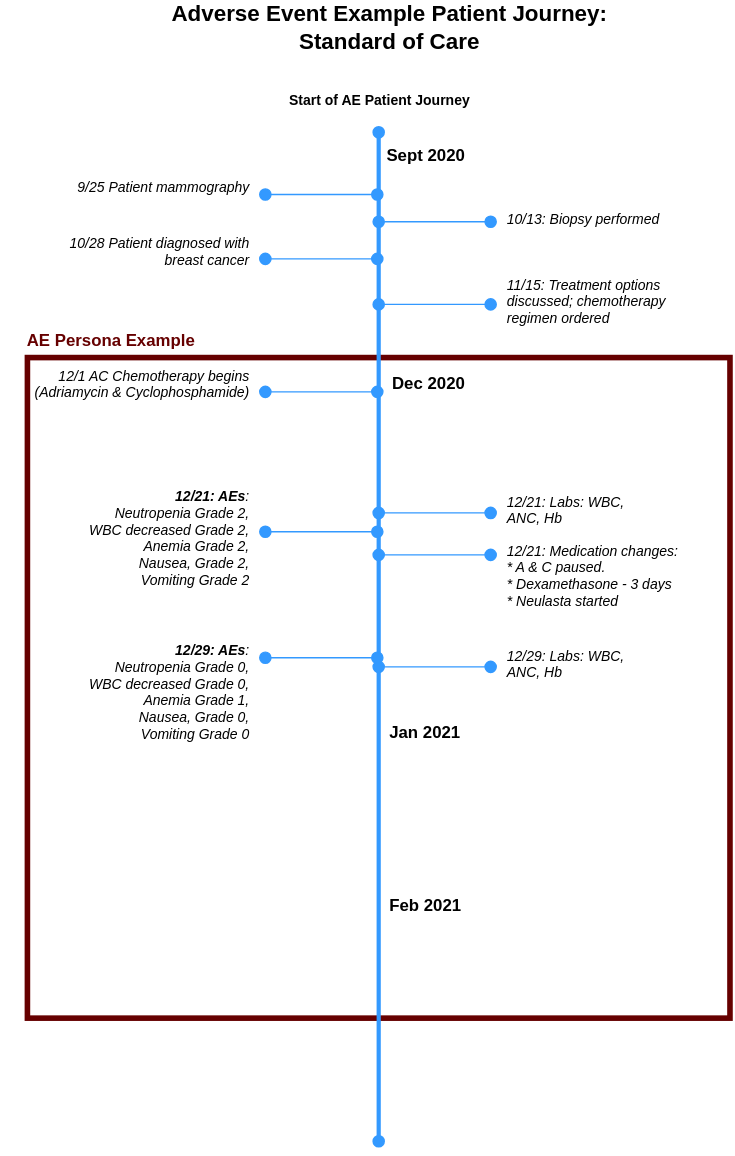
Before: input/images/AE-mCODE-StandardOfCare-PersonaTimeline.svg, a diagram exported from draw.io (standardhealth/fsh-ae). Source tidied: cells renumbered, new cells last; positions are measured from the earlier drawing's top-left corner, leaving out a move shared by most shapes.
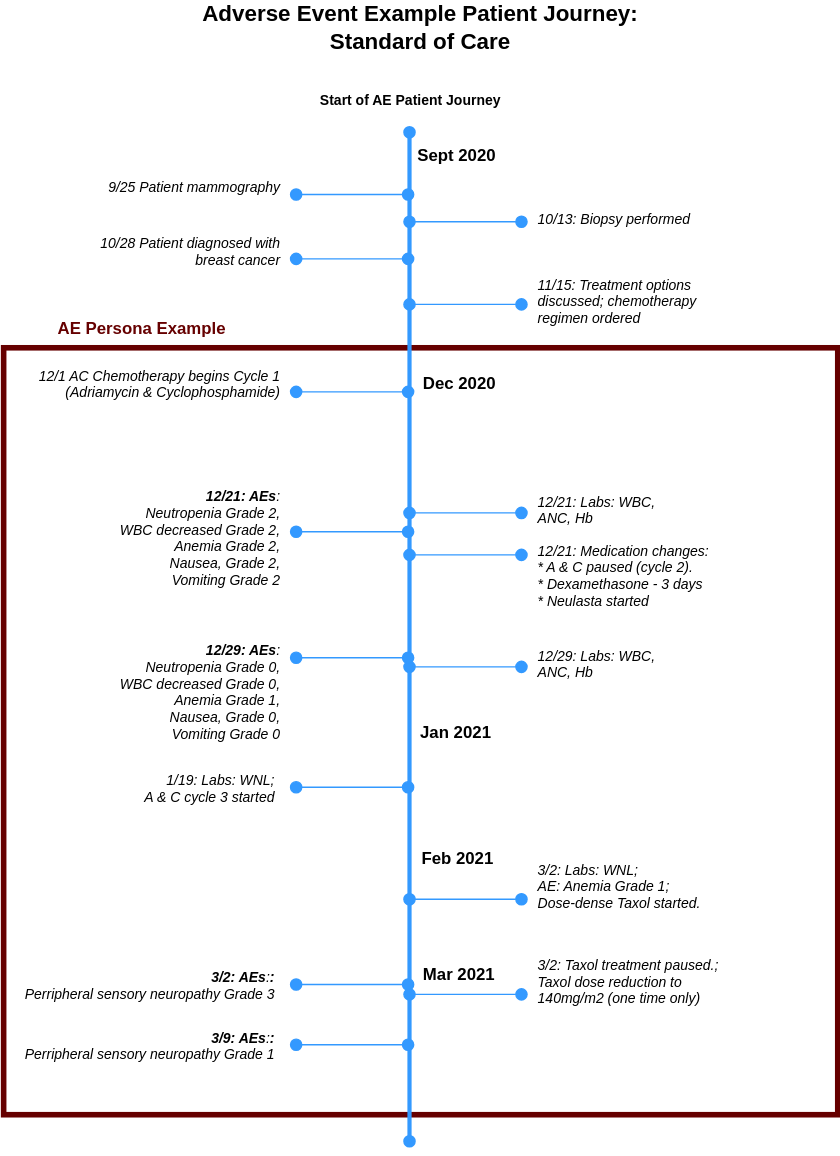
The same file after the commit.

Commit message:
updated persona2 timeline + troubleshooting AE example.

Change to the diagram source:
```diff
@@ -3,7 +3,7 @@
     <mxCell id="0" />
     <mxCell id="1" parent="0" />
     <mxCell id="2" style="rounded=0;whiteSpace=wrap;html=1;fontSize=12;fontColor=#000000;fillColor=none;strokeWidth=4;strokeColor=#660000;" parent="1" vertex="1">
-      <mxGeometry x="19" y="246" width="502" height="472" as="geometry" />
+      <mxGeometry x="-20" y="239" width="596" height="548" as="geometry" />
     </mxCell>
     <mxCell id="3" style="endArrow=oval;html=1;strokeWidth=3;strokeColor=#3399FF;startArrow=oval;startFill=1;endFill=1;" parent="1" edge="1">
       <mxGeometry relative="1" as="geometry">
@@ -38,7 +38,7 @@
         <mxPoint x="189" y="270.5" as="targetPoint" />
       </mxGeometry>
     </mxCell>
-    <mxCell id="11" value="12/1 AC Chemotherapy begins&lt;br&gt;(Adriamycin &amp;amp; Cyclophosphamide)" style="text;html=1;strokeColor=none;fillColor=none;align=right;verticalAlign=middle;whiteSpace=wrap;rounded=0;fontSize=10;fontStyle=2;" parent="1" vertex="1">
+    <mxCell id="11" value="12/1 AC Chemotherapy begins Cycle 1&lt;br&gt;(Adriamycin &amp;amp; Cyclophosphamide)" style="text;html=1;strokeColor=none;fillColor=none;align=right;verticalAlign=middle;whiteSpace=wrap;rounded=0;fontSize=10;fontStyle=2;" parent="1" vertex="1">
       <mxGeometry y="255" width="180" height="20" as="geometry" />
     </mxCell>
     <mxCell id="12" style="endArrow=oval;html=1;strokeColor=#3399FF;strokeWidth=1;endFill=1;startArrow=oval;startFill=1;endSize=8;startSize=8;" parent="1" edge="1">
@@ -74,7 +74,7 @@
         <mxPoint x="270" y="387" as="targetPoint" />
       </mxGeometry>
     </mxCell>
-    <mxCell id="19" value="12/21: Medication changes:&lt;br&gt;* A &amp;amp; C paused.&lt;br&gt;* Dexamethasone - 3 days&lt;br&gt;* Neulasta started" style="text;html=1;strokeColor=none;fillColor=none;align=left;verticalAlign=middle;whiteSpace=wrap;rounded=0;fontSize=10;fontStyle=2;" parent="1" vertex="1">
+    <mxCell id="19" value="12/21: Medication changes:&lt;br&gt;* A &amp;amp; C paused (cycle 2).&lt;br&gt;* Dexamethasone - 3 days&lt;br&gt;* Neulasta started" style="text;html=1;strokeColor=none;fillColor=none;align=left;verticalAlign=middle;whiteSpace=wrap;rounded=0;fontSize=10;fontStyle=2;" parent="1" vertex="1">
       <mxGeometry x="360" y="385" width="164" height="34" as="geometry" />
     </mxCell>
     <mxCell id="20" value="Sept 2020" style="text;html=1;strokeColor=none;fillColor=none;align=left;verticalAlign=middle;whiteSpace=wrap;rounded=0;fontSize=12;fontStyle=1;" parent="1" vertex="1">
@@ -117,10 +117,58 @@
       <mxGeometry x="360" y="196" width="124" height="20" as="geometry" />
     </mxCell>
     <mxCell id="29" value="Feb 2021" style="text;html=1;strokeColor=none;fillColor=none;align=left;verticalAlign=middle;whiteSpace=wrap;rounded=0;fontSize=12;fontStyle=1;" parent="1" vertex="1">
-      <mxGeometry x="275.5" y="628" width="68" height="20" as="geometry" />
+      <mxGeometry x="277" y="594" width="68" height="20" as="geometry" />
     </mxCell>
     <mxCell id="30" value="AE Persona Example" style="text;html=1;strokeColor=none;fillColor=none;align=left;verticalAlign=middle;whiteSpace=wrap;rounded=0;fontSize=12;fontColor=#660000;fontStyle=1;" parent="1" vertex="1">
-      <mxGeometry x="17" y="224" width="151" height="20" as="geometry" />
+      <mxGeometry x="17" y="216" width="151" height="20" as="geometry" />
     </mxCell>
+    <mxCell id="31" style="endArrow=oval;html=1;strokeColor=#3399FF;strokeWidth=1;endFill=1;startArrow=oval;startFill=1;endSize=8;startSize=8;" parent="1" edge="1">
+      <mxGeometry relative="1" as="geometry">
+        <mxPoint x="269" y="553" as="sourcePoint" />
+        <mxPoint x="189" y="553" as="targetPoint" />
+      </mxGeometry>
+    </mxCell>
+    <mxCell id="32" value="1/19: Labs: WNL;&lt;br&gt;A &amp;amp; C cycle 3 started" style="text;html=1;strokeColor=none;fillColor=none;align=right;verticalAlign=middle;whiteSpace=wrap;rounded=0;fontSize=10;fontStyle=2;" parent="1" vertex="1">
+      <mxGeometry x="58" y="544" width="118" height="20" as="geometry" />
+    </mxCell>
+    <mxCell id="33" style="endArrow=oval;html=1;strokeColor=#3399FF;strokeWidth=1;endFill=1;startArrow=oval;startFill=1;endSize=8;startSize=8;" parent="1" edge="1">
+      <mxGeometry relative="1" as="geometry">
+        <mxPoint x="350" y="633" as="sourcePoint" />
+        <mxPoint x="270" y="633" as="targetPoint" />
+      </mxGeometry>
+    </mxCell>
+    <mxCell id="34" value="3/2: Labs: WNL;&lt;br&gt;AE: Anemia Grade 1;&lt;br&gt;Dose-dense Taxol started." style="text;html=1;strokeColor=none;fillColor=none;align=left;verticalAlign=middle;whiteSpace=wrap;rounded=0;fontSize=10;fontStyle=2;" parent="1" vertex="1">
+      <mxGeometry x="360" y="614" width="140" height="20" as="geometry" />
+    </mxCell>
+    <mxCell id="35" value="Mar 2021" style="text;html=1;strokeColor=none;fillColor=none;align=left;verticalAlign=middle;whiteSpace=wrap;rounded=0;fontSize=12;fontStyle=1;" parent="1" vertex="1">
+      <mxGeometry x="278" y="677" width="68" height="20" as="geometry" />
+    </mxCell>
+    <mxCell id="36" style="endArrow=oval;html=1;strokeColor=#3399FF;strokeWidth=1;endFill=1;startArrow=oval;startFill=1;endSize=8;startSize=8;" parent="1" edge="1">
+      <mxGeometry relative="1" as="geometry">
+        <mxPoint x="269" y="694" as="sourcePoint" />
+        <mxPoint x="189" y="694" as="targetPoint" />
+      </mxGeometry>
+    </mxCell>
+    <mxCell id="37" value="&lt;b&gt;3/2: AEs&lt;/b&gt;:&lt;b&gt;:&lt;/b&gt;&lt;br&gt;Perripheral sensory neuropathy Grade 3" style="text;html=1;strokeColor=none;fillColor=none;align=right;verticalAlign=middle;whiteSpace=wrap;rounded=0;fontSize=10;fontStyle=2;" parent="1" vertex="1">
+      <mxGeometry x="-11" y="685" width="187" height="20" as="geometry" />
+    </mxCell>
+    <mxCell id="38" style="endArrow=oval;html=1;strokeColor=#3399FF;strokeWidth=1;endFill=1;startArrow=oval;startFill=1;endSize=8;startSize=8;" parent="1" edge="1">
+      <mxGeometry relative="1" as="geometry">
+        <mxPoint x="350" y="701" as="sourcePoint" />
+        <mxPoint x="270" y="701" as="targetPoint" />
+      </mxGeometry>
+    </mxCell>
+    <mxCell id="39" value="3/2: Taxol treatment paused.;&lt;br&gt;Taxol dose reduction to 140mg/m2 (one time only)" style="text;html=1;strokeColor=none;fillColor=none;align=left;verticalAlign=middle;whiteSpace=wrap;rounded=0;fontSize=10;fontStyle=2;" parent="1" vertex="1">
+      <mxGeometry x="360" y="682" width="140" height="20" as="geometry" />
+    </mxCell>
+    <mxCell id="40" style="endArrow=oval;html=1;strokeColor=#3399FF;strokeWidth=1;endFill=1;startArrow=oval;startFill=1;endSize=8;startSize=8;" parent="1" edge="1">
+      <mxGeometry relative="1" as="geometry">
+        <mxPoint x="269" y="737" as="sourcePoint" />
+        <mxPoint x="189" y="737" as="targetPoint" />
+      </mxGeometry>
+    </mxCell>
+    <mxCell id="41" value="&lt;b&gt;3/9: AEs&lt;/b&gt;:&lt;b&gt;:&lt;/b&gt;&lt;br&gt;Perripheral sensory neuropathy Grade 1" style="text;html=1;strokeColor=none;fillColor=none;align=right;verticalAlign=middle;whiteSpace=wrap;rounded=0;fontSize=10;fontStyle=2;" parent="1" vertex="1">
+      <mxGeometry x="-11" y="728" width="187" height="20" as="geometry" />
+    </mxCell>
   </root>
 </mxGraphModel>
```
